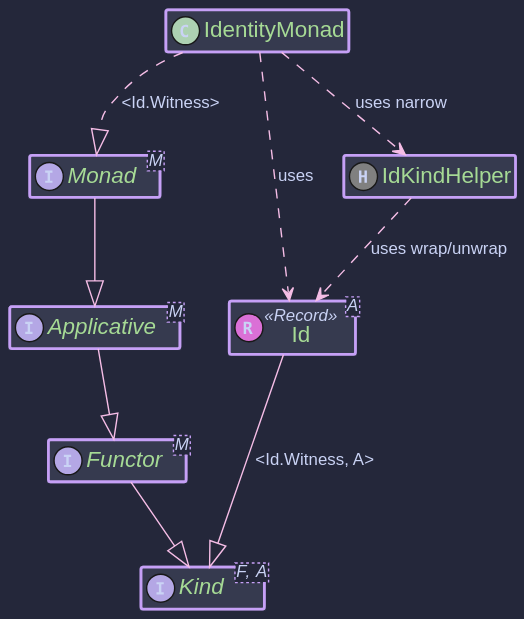
This is hkj-book/src/images/puml/id_monad.svg from higher-kinded-j/higher-kinded-j, a PlantUML export, as it was before one commit. Source of this version:
```plantuml
@startuml
!include https://raw.githubusercontent.com/ncosta-ic/catppuccin-macchiato-plantuml-theme/main/theme.puml


hide empty members

interface "Kind<F, A>" as Kind {}
interface "Functor<M>" as FunctorBase {}
interface "Applicative<M>" as ApplicativeBase {}
interface "Monad<M>" as MonadBase {}


class "Id<A>" as Id << (R,orchid) Record >> {
}

class "IdKindHelper" as IdKindHelper << (H,grey) >> {
}

class IdentityMonad {
}


MonadBase --|> ApplicativeBase
ApplicativeBase --|> FunctorBase
FunctorBase --|> Kind

Id --|> Kind : <Id.Witness, A>


IdentityMonad ..|> MonadBase : <Id.Witness>

IdentityMonad ..> IdKindHelper : uses narrow
IdentityMonad ..> Id : uses

IdKindHelper ..> Id : uses wrap/unwrap
@enduml
```
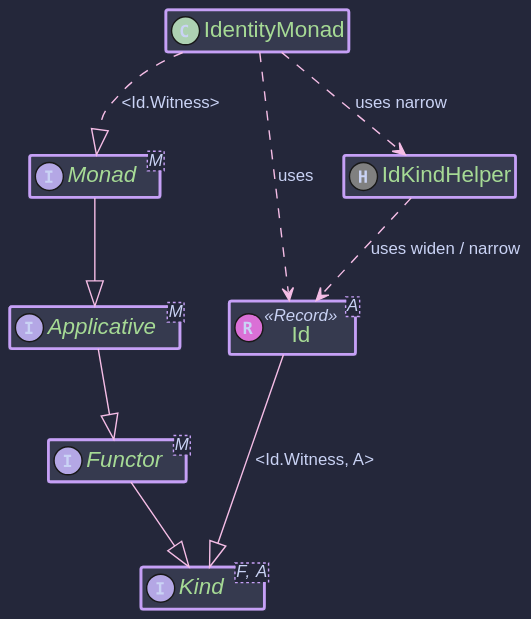
After the commit.

Diff of the diagram source:
```diff
@@ -3,6 +3,7 @@
 
 
 hide empty members
+
 
 interface "Kind<F, A>" as Kind {}
 interface "Functor<M>" as FunctorBase {}
@@ -24,6 +25,7 @@
 ApplicativeBase --|> FunctorBase
 FunctorBase --|> Kind
 
+
 Id --|> Kind : <Id.Witness, A>
 
 
@@ -32,5 +34,5 @@
 IdentityMonad ..> IdKindHelper : uses narrow
 IdentityMonad ..> Id : uses
 
-IdKindHelper ..> Id : uses wrap/unwrap
+IdKindHelper ..> Id : uses widen / narrow
 @enduml
```
